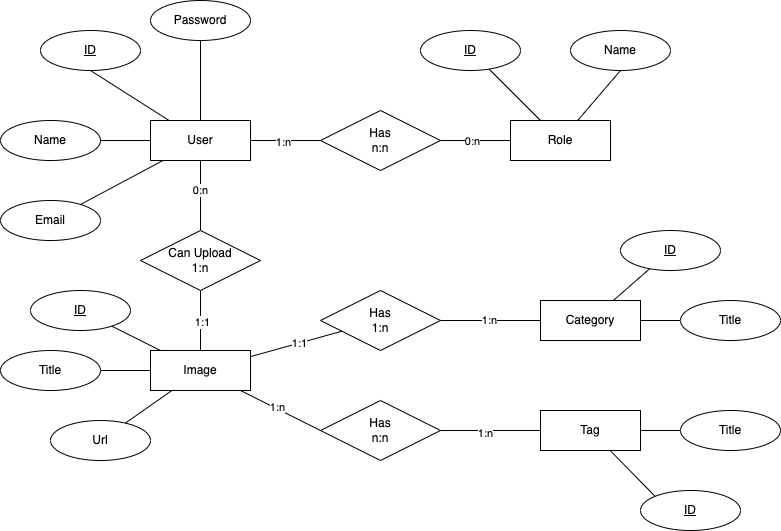
AFelipeTrujillo/imago-laravel-gallery-manager keeps this draw.io diagram as Imago.entity–relationship-model.png. Above is the earlier version. Source tidied: cells renumbered, new cells last; positions are measured from the earlier drawing's top-left corner, leaving out a move shared by most shapes. The source it was exported from:
```xml
<mxGraphModel>
  <root>
    <mxCell id="0" />
    <mxCell id="1" parent="0" />
    <mxCell id="2" style="rounded=0;jettySize=auto;html=1;endArrow=none;endFill=0;" parent="1" edge="1" source="10" target="13">
      <mxGeometry relative="1" as="geometry" />
    </mxCell>
    <mxCell id="3" value="1:n" style="edgeLabel;html=1;align=center;verticalAlign=middle;" parent="2" vertex="1">
      <mxGeometry x="-0.07" y="-1" relative="1" as="geometry" />
    </mxCell>
    <mxCell id="4" style="rounded=0;jettySize=auto;html=1;entryX=0.5;entryY=1;entryDx=0;entryDy=0;endArrow=none;endFill=0;" parent="1" edge="1" source="10" target="17">
      <mxGeometry relative="1" as="geometry" />
    </mxCell>
    <mxCell id="5" style="edgeStyle=none;rounded=0;jettySize=auto;html=1;endArrow=none;endFill=0;" parent="1" edge="1" source="10" target="18">
      <mxGeometry relative="1" as="geometry" />
    </mxCell>
    <mxCell id="6" style="edgeStyle=none;rounded=0;jettySize=auto;html=1;endArrow=none;endFill=0;" parent="1" edge="1" source="10" target="19">
      <mxGeometry relative="1" as="geometry" />
    </mxCell>
    <mxCell id="7" style="edgeStyle=none;rounded=0;jettySize=auto;html=1;endArrow=none;endFill=0;" parent="1" edge="1" source="10" target="20">
      <mxGeometry relative="1" as="geometry" />
    </mxCell>
    <mxCell id="8" style="edgeStyle=none;rounded=0;jettySize=auto;html=1;entryX=0.5;entryY=0;entryDx=0;entryDy=0;endArrow=none;endFill=0;" parent="1" edge="1" source="10" target="34">
      <mxGeometry relative="1" as="geometry" />
    </mxCell>
    <mxCell id="9" value="0:n" style="edgeLabel;html=1;align=center;verticalAlign=middle;" parent="8" vertex="1">
      <mxGeometry x="-0.13" y="-1" relative="1" as="geometry">
        <mxPoint y="-1" as="offset" />
      </mxGeometry>
    </mxCell>
    <mxCell id="10" value="User" style="whiteSpace=wrap;html=1;align=center;" parent="1" vertex="1">
      <mxGeometry x="150" y="120" width="100" height="40" as="geometry" />
    </mxCell>
    <mxCell id="11" style="rounded=0;jettySize=auto;html=1;endArrow=none;endFill=0;" parent="1" edge="1" source="13" target="16">
      <mxGeometry relative="1" as="geometry" />
    </mxCell>
    <mxCell id="12" value="0:n" style="edgeLabel;html=1;align=center;verticalAlign=middle;" parent="11" vertex="1">
      <mxGeometry x="-0.11" relative="1" as="geometry" />
    </mxCell>
    <mxCell id="13" value="Has&lt;br&gt;n:n" style="shape=rhombus;perimeter=rhombusPerimeter;whiteSpace=wrap;html=1;align=center;" parent="1" vertex="1">
      <mxGeometry x="320" y="110" width="120" height="60" as="geometry" />
    </mxCell>
    <mxCell id="14" style="edgeStyle=none;rounded=0;jettySize=auto;html=1;entryX=0.5;entryY=1;entryDx=0;entryDy=0;endArrow=none;endFill=0;" parent="1" edge="1" source="16" target="29">
      <mxGeometry relative="1" as="geometry" />
    </mxCell>
    <mxCell id="15" style="edgeStyle=none;rounded=0;jettySize=auto;html=1;endArrow=none;endFill=0;" parent="1" edge="1" source="16" target="36">
      <mxGeometry relative="1" as="geometry" />
    </mxCell>
    <mxCell id="16" value="Role" style="whiteSpace=wrap;html=1;align=center;" parent="1" vertex="1">
      <mxGeometry x="510" y="120" width="100" height="40" as="geometry" />
    </mxCell>
    <mxCell id="17" value="ID" style="ellipse;whiteSpace=wrap;html=1;align=center;fontStyle=4;" parent="1" vertex="1">
      <mxGeometry x="40" y="30" width="100" height="40" as="geometry" />
    </mxCell>
    <mxCell id="18" value="Name" style="ellipse;whiteSpace=wrap;html=1;align=center;" parent="1" vertex="1">
      <mxGeometry y="120" width="100" height="40" as="geometry" />
    </mxCell>
    <mxCell id="19" value="Email" style="ellipse;whiteSpace=wrap;html=1;align=center;" parent="1" vertex="1">
      <mxGeometry y="200" width="100" height="40" as="geometry" />
    </mxCell>
    <mxCell id="20" value="Password" style="ellipse;whiteSpace=wrap;html=1;align=center;" parent="1" vertex="1">
      <mxGeometry x="150" width="100" height="40" as="geometry" />
    </mxCell>
    <mxCell id="21" style="edgeStyle=none;rounded=0;jettySize=auto;html=1;endArrow=none;endFill=0;" parent="1" edge="1" source="28" target="30">
      <mxGeometry relative="1" as="geometry" />
    </mxCell>
    <mxCell id="22" style="edgeStyle=none;rounded=0;jettySize=auto;html=1;endArrow=none;endFill=0;" parent="1" edge="1" source="28" target="31">
      <mxGeometry relative="1" as="geometry" />
    </mxCell>
    <mxCell id="23" style="edgeStyle=none;rounded=0;jettySize=auto;html=1;endArrow=none;endFill=0;" parent="1" edge="1" source="28" target="35">
      <mxGeometry relative="1" as="geometry" />
    </mxCell>
    <mxCell id="24" style="edgeStyle=none;rounded=0;jettySize=auto;html=1;endArrow=none;endFill=0;" parent="1" edge="1" source="28" target="45">
      <mxGeometry relative="1" as="geometry" />
    </mxCell>
    <mxCell id="25" value="1:1" style="edgeLabel;html=1;align=center;verticalAlign=middle;" parent="24" vertex="1">
      <mxGeometry x="0.06" relative="1" as="geometry" />
    </mxCell>
    <mxCell id="26" style="edgeStyle=none;rounded=0;jettySize=auto;html=1;entryX=0;entryY=0.5;entryDx=0;entryDy=0;endArrow=none;endFill=0;" parent="1" edge="1" source="28" target="48">
      <mxGeometry relative="1" as="geometry" />
    </mxCell>
    <mxCell id="27" value="1:n" style="edgeLabel;html=1;align=center;verticalAlign=middle;" parent="26" vertex="1">
      <mxGeometry x="-0.11" y="1" relative="1" as="geometry" />
    </mxCell>
    <mxCell id="28" value="Image" style="whiteSpace=wrap;html=1;align=center;" parent="1" vertex="1">
      <mxGeometry x="150" y="350" width="100" height="40" as="geometry" />
    </mxCell>
    <mxCell id="29" value="Name" style="ellipse;whiteSpace=wrap;html=1;align=center;" parent="1" vertex="1">
      <mxGeometry x="570" y="30" width="100" height="40" as="geometry" />
    </mxCell>
    <mxCell id="30" value="Title" style="ellipse;whiteSpace=wrap;html=1;align=center;" parent="1" vertex="1">
      <mxGeometry y="350" width="100" height="40" as="geometry" />
    </mxCell>
    <mxCell id="31" value="Url" style="ellipse;whiteSpace=wrap;html=1;align=center;" parent="1" vertex="1">
      <mxGeometry x="50" y="420" width="100" height="40" as="geometry" />
    </mxCell>
    <mxCell id="32" style="rounded=0;jettySize=auto;html=1;endArrow=none;endFill=0;" parent="1" edge="1" source="34" target="28">
      <mxGeometry relative="1" as="geometry" />
    </mxCell>
    <mxCell id="33" value="1:1" style="edgeLabel;html=1;align=center;verticalAlign=middle;" parent="32" vertex="1">
      <mxGeometry x="0.03" y="1" relative="1" as="geometry" />
    </mxCell>
    <mxCell id="34" value="Can Upload&lt;br&gt;1:n" style="shape=rhombus;perimeter=rhombusPerimeter;whiteSpace=wrap;html=1;align=center;" parent="1" vertex="1">
      <mxGeometry x="140" y="230" width="120" height="60" as="geometry" />
    </mxCell>
    <mxCell id="35" value="ID" style="ellipse;whiteSpace=wrap;html=1;align=center;fontStyle=4;" parent="1" vertex="1">
      <mxGeometry x="30" y="290" width="100" height="40" as="geometry" />
    </mxCell>
    <mxCell id="36" value="ID" style="ellipse;whiteSpace=wrap;html=1;align=center;fontStyle=4;" parent="1" vertex="1">
      <mxGeometry x="420" y="30" width="100" height="40" as="geometry" />
    </mxCell>
    <mxCell id="37" style="edgeStyle=none;rounded=0;jettySize=auto;html=1;endArrow=none;endFill=0;" parent="1" edge="1" source="39" target="49">
      <mxGeometry relative="1" as="geometry" />
    </mxCell>
    <mxCell id="38" style="edgeStyle=none;rounded=0;jettySize=auto;html=1;entryX=0;entryY=0.5;entryDx=0;entryDy=0;endArrow=none;endFill=0;" parent="1" edge="1" source="39" target="50">
      <mxGeometry relative="1" as="geometry" />
    </mxCell>
    <mxCell id="39" value="Category" style="whiteSpace=wrap;html=1;align=center;" parent="1" vertex="1">
      <mxGeometry x="540" y="300" width="100" height="40" as="geometry" />
    </mxCell>
    <mxCell id="40" style="edgeStyle=none;rounded=0;jettySize=auto;html=1;entryX=0;entryY=0;entryDx=0;entryDy=0;endArrow=none;endFill=0;" parent="1" edge="1" source="42" target="51">
      <mxGeometry relative="1" as="geometry" />
    </mxCell>
    <mxCell id="41" style="edgeStyle=none;rounded=0;jettySize=auto;html=1;entryX=0;entryY=0.5;entryDx=0;entryDy=0;endArrow=none;endFill=0;" parent="1" edge="1" source="42" target="52">
      <mxGeometry relative="1" as="geometry" />
    </mxCell>
    <mxCell id="42" value="Tag" style="whiteSpace=wrap;html=1;align=center;" parent="1" vertex="1">
      <mxGeometry x="540" y="410" width="100" height="40" as="geometry" />
    </mxCell>
    <mxCell id="43" style="edgeStyle=none;rounded=0;jettySize=auto;html=1;endArrow=none;endFill=0;" parent="1" edge="1" source="45" target="39">
      <mxGeometry relative="1" as="geometry" />
    </mxCell>
    <mxCell id="44" value="1:n" style="edgeLabel;html=1;align=center;verticalAlign=middle;" parent="43" vertex="1">
      <mxGeometry x="-0.04" y="1" relative="1" as="geometry" />
    </mxCell>
    <mxCell id="45" value="Has&lt;br&gt;1:n" style="shape=rhombus;perimeter=rhombusPerimeter;whiteSpace=wrap;html=1;align=center;" parent="1" vertex="1">
      <mxGeometry x="320" y="290" width="120" height="60" as="geometry" />
    </mxCell>
    <mxCell id="46" style="edgeStyle=none;rounded=0;jettySize=auto;html=1;entryX=0;entryY=0.5;entryDx=0;entryDy=0;endArrow=none;endFill=0;" parent="1" edge="1" source="48" target="42">
      <mxGeometry relative="1" as="geometry" />
    </mxCell>
    <mxCell id="47" value="1:n" style="edgeLabel;html=1;align=center;verticalAlign=middle;" parent="46" vertex="1">
      <mxGeometry x="-0.11" y="-2" relative="1" as="geometry" />
    </mxCell>
    <mxCell id="48" value="Has&lt;br&gt;n:n" style="shape=rhombus;perimeter=rhombusPerimeter;whiteSpace=wrap;html=1;align=center;" parent="1" vertex="1">
      <mxGeometry x="320" y="400" width="120" height="60" as="geometry" />
    </mxCell>
    <mxCell id="49" value="ID" style="ellipse;whiteSpace=wrap;html=1;align=center;fontStyle=4;" parent="1" vertex="1">
      <mxGeometry x="620" y="230" width="100" height="40" as="geometry" />
    </mxCell>
    <mxCell id="50" value="Title" style="ellipse;whiteSpace=wrap;html=1;align=center;" parent="1" vertex="1">
      <mxGeometry x="680" y="300" width="100" height="40" as="geometry" />
    </mxCell>
    <mxCell id="51" value="ID" style="ellipse;whiteSpace=wrap;html=1;align=center;fontStyle=4;" parent="1" vertex="1">
      <mxGeometry x="640" y="490" width="100" height="40" as="geometry" />
    </mxCell>
    <mxCell id="52" value="Title" style="ellipse;whiteSpace=wrap;html=1;align=center;" parent="1" vertex="1">
      <mxGeometry x="680" y="410" width="100" height="40" as="geometry" />
    </mxCell>
  </root>
</mxGraphModel>
```
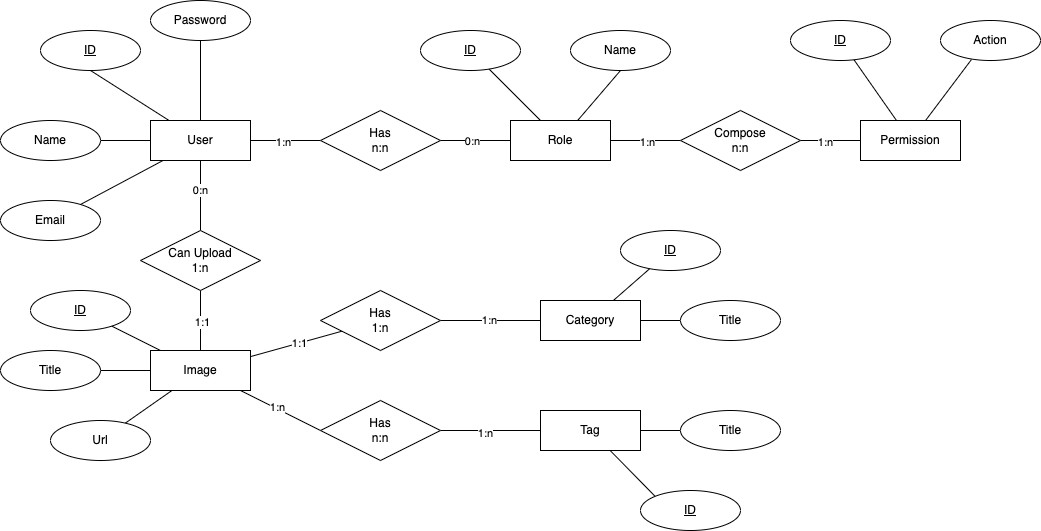
The same file after the commit.

Commit message:
Entity–relationship Model

Diff of the diagram source:
```diff
@@ -46,7 +46,13 @@
     <mxCell id="15" style="edgeStyle=none;rounded=0;jettySize=auto;html=1;endArrow=none;endFill=0;" parent="1" edge="1" source="16" target="36">
       <mxGeometry relative="1" as="geometry" />
     </mxCell>
+    <mxCell id="53" style="edgeStyle=none;rounded=0;jettySize=auto;html=1;endArrow=none;endFill=0;" parent="1" edge="1" source="16" target="60">
+      <mxGeometry relative="1" as="geometry" />
+    </mxCell>
+    <mxCell id="54" value="1:n" style="edgeLabel;html=1;align=center;verticalAlign=middle;" parent="53" vertex="1">
+      <mxGeometry x="0.03" y="-1" relative="1" as="geometry" />
+    </mxCell>
-    <mxCell id="16" value="Role" style="whiteSpace=wrap;html=1;align=center;" parent="1" vertex="1">
+    <mxCell id="16" value="Role" style="whiteSpace=wrap;html=1;align=center;glass=0;sketch=0;shadow=0;rounded=0;" parent="1" vertex="1">
       <mxGeometry x="510" y="120" width="100" height="40" as="geometry" />
     </mxCell>
     <mxCell id="17" value="ID" style="ellipse;whiteSpace=wrap;html=1;align=center;fontStyle=4;" parent="1" vertex="1">
@@ -157,5 +163,29 @@
     <mxCell id="52" value="Title" style="ellipse;whiteSpace=wrap;html=1;align=center;" parent="1" vertex="1">
       <mxGeometry x="680" y="410" width="100" height="40" as="geometry" />
     </mxCell>
+    <mxCell id="55" style="edgeStyle=none;rounded=0;jettySize=auto;html=1;entryX=0.31;entryY=0.975;entryDx=0;entryDy=0;entryPerimeter=0;endArrow=none;endFill=0;" parent="1" edge="1" source="57" target="62">
+      <mxGeometry relative="1" as="geometry" />
+    </mxCell>
+    <mxCell id="56" style="edgeStyle=none;rounded=0;jettySize=auto;html=1;endArrow=none;endFill=0;" parent="1" edge="1" source="57" target="61">
+      <mxGeometry relative="1" as="geometry" />
+    </mxCell>
+    <mxCell id="57" value="Permission" style="whiteSpace=wrap;html=1;align=center;" parent="1" vertex="1">
+      <mxGeometry x="860" y="120" width="100" height="40" as="geometry" />
+    </mxCell>
+    <mxCell id="58" style="edgeStyle=none;rounded=0;jettySize=auto;html=1;endArrow=none;endFill=0;" parent="1" edge="1" source="60" target="57">
+      <mxGeometry relative="1" as="geometry" />
+    </mxCell>
+    <mxCell id="59" value="1:n" style="edgeLabel;html=1;align=center;verticalAlign=middle;" parent="58" vertex="1">
+      <mxGeometry x="-0.2" y="-1" relative="1" as="geometry" />
+    </mxCell>
+    <mxCell id="60" value="Compose&lt;br&gt;n:n" style="shape=rhombus;perimeter=rhombusPerimeter;whiteSpace=wrap;html=1;align=center;" parent="1" vertex="1">
+      <mxGeometry x="680" y="110" width="120" height="60" as="geometry" />
+    </mxCell>
+    <mxCell id="61" value="ID" style="ellipse;whiteSpace=wrap;html=1;align=center;fontStyle=4;" parent="1" vertex="1">
+      <mxGeometry x="790" y="20" width="100" height="40" as="geometry" />
+    </mxCell>
+    <mxCell id="62" value="Action" style="ellipse;whiteSpace=wrap;html=1;align=center;" parent="1" vertex="1">
+      <mxGeometry x="940" y="20" width="100" height="40" as="geometry" />
+    </mxCell>
   </root>
 </mxGraphModel>
```
